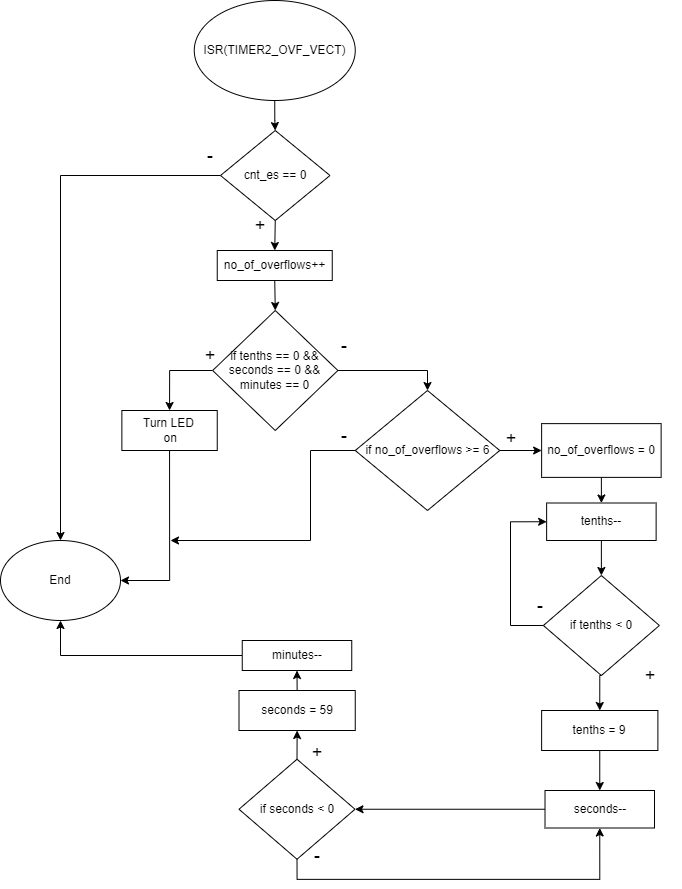
This is project1/timer.drawio.png from OndraFoltyn/digital-electronics-2, a draw.io export, as it was before one commit. Source tidied: cells renumbered, new cells last; positions are measured from the earlier drawing's top-left corner, leaving out a move shared by most shapes.
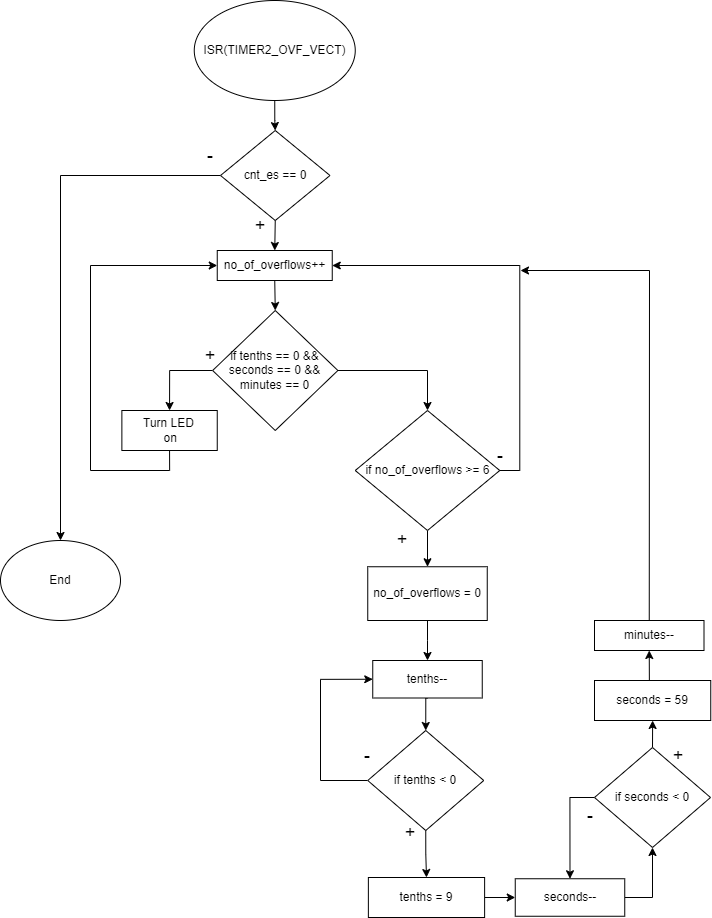
Above is the later version.

Change to the diagram source:
```diff
@@ -23,20 +23,14 @@
     <mxCell id="8" value="no_of_overflows++" style="whiteSpace=wrap;html=1;" parent="1" vertex="1">
       <mxGeometry x="216.8" y="250" width="115" height="30" as="geometry" />
     </mxCell>
-    <mxCell id="9" style="edgeStyle=orthogonalEdgeStyle;rounded=0;jettySize=auto;html=1;exitX=0;exitY=0.5;exitDx=0;exitDy=0;" parent="1" edge="1" source="11">
-      <mxGeometry relative="1" as="geometry">
-        <mxPoint x="170" y="540" as="targetPoint" />
-        <Array as="points">
-          <mxPoint x="310" y="450" />
-          <mxPoint x="310" y="540" />
-        </Array>
-      </mxGeometry>
-    </mxCell>
-    <mxCell id="10" style="edgeStyle=orthogonalEdgeStyle;rounded=0;jettySize=auto;html=1;exitX=1;exitY=0.5;exitDx=0;exitDy=0;entryX=0;entryY=0.5;entryDx=0;entryDy=0;" parent="1" edge="1" source="11" target="18">
+    <mxCell id="10" style="edgeStyle=orthogonalEdgeStyle;rounded=0;jettySize=auto;html=1;exitX=0.5;exitY=1;exitDx=0;exitDy=0;entryX=0.5;entryY=0;entryDx=0;entryDy=0;" parent="1" edge="1" source="11" target="18">
       <mxGeometry relative="1" as="geometry" />
     </mxCell>
+    <mxCell id="46" style="edgeStyle=orthogonalEdgeStyle;rounded=0;jettySize=auto;html=1;exitX=1;exitY=0.5;exitDx=0;exitDy=0;entryX=1;entryY=0.5;entryDx=0;entryDy=0;" parent="1" edge="1" source="11" target="8">
+      <mxGeometry relative="1" as="geometry" />
+    </mxCell>
     <mxCell id="11" value="if no_of_overflows &amp;gt;= 6" style="rhombus;whiteSpace=wrap;html=1;" parent="1" vertex="1">
-      <mxGeometry x="354.8" y="390" width="144.5" height="120" as="geometry" />
+      <mxGeometry x="354.8" y="410" width="144.5" height="120" as="geometry" />
     </mxCell>
     <mxCell id="12" value="End" style="ellipse;whiteSpace=wrap;html=1;" parent="1" vertex="1">
       <mxGeometry y="540" width="120" height="80" as="geometry" />
@@ -44,26 +38,23 @@
     <mxCell id="13" value="&lt;font style=&quot;font-size: 18px;&quot;&gt;-&lt;/font&gt;" style="text;html=1;strokeColor=none;fillColor=none;align=center;verticalAlign=middle;whiteSpace=wrap;rounded=0;" parent="1" vertex="1">
       <mxGeometry x="180" y="140" width="60" height="30" as="geometry" />
     </mxCell>
-    <mxCell id="14" value="&lt;font style=&quot;font-size: 18px;&quot;&gt;-&lt;/font&gt;" style="text;html=1;strokeColor=none;fillColor=none;align=center;verticalAlign=middle;whiteSpace=wrap;rounded=0;" parent="1" vertex="1">
-      <mxGeometry x="314" y="420" width="60" height="30" as="geometry" />
-    </mxCell>
     <mxCell id="15" value="&lt;font style=&quot;font-size: 18px;&quot;&gt;+&lt;/font&gt;" style="text;html=1;strokeColor=none;fillColor=none;align=center;verticalAlign=middle;whiteSpace=wrap;rounded=0;" parent="1" vertex="1">
       <mxGeometry x="230" y="210" width="60" height="30" as="geometry" />
     </mxCell>
     <mxCell id="16" value="&lt;font style=&quot;font-size: 18px;&quot;&gt;+&lt;/font&gt;" style="text;html=1;strokeColor=none;fillColor=none;align=center;verticalAlign=middle;whiteSpace=wrap;rounded=0;" parent="1" vertex="1">
-      <mxGeometry x="481.1" y="423.1" width="60" height="30" as="geometry" />
+      <mxGeometry x="372.2" y="524" width="60" height="30" as="geometry" />
     </mxCell>
     <mxCell id="17" style="edgeStyle=orthogonalEdgeStyle;rounded=0;jettySize=auto;html=1;exitX=0.5;exitY=1;exitDx=0;exitDy=0;entryX=0.5;entryY=0;entryDx=0;entryDy=0;" parent="1" edge="1" source="18" target="20">
       <mxGeometry relative="1" as="geometry" />
     </mxCell>
     <mxCell id="18" value="no_of_overflows = 0" style="whiteSpace=wrap;html=1;" parent="1" vertex="1">
-      <mxGeometry x="541.1" y="423.1" width="119.5" height="53.8" as="geometry" />
+      <mxGeometry x="367.2" y="566.2" width="119.5" height="53.8" as="geometry" />
     </mxCell>
     <mxCell id="19" style="edgeStyle=orthogonalEdgeStyle;rounded=0;jettySize=auto;html=1;exitX=0.5;exitY=1;exitDx=0;exitDy=0;entryX=0.5;entryY=0;entryDx=0;entryDy=0;" parent="1" edge="1" source="20" target="23">
       <mxGeometry relative="1" as="geometry" />
     </mxCell>
     <mxCell id="20" value="tenths--" style="whiteSpace=wrap;html=1;" parent="1" vertex="1">
-      <mxGeometry x="546.1" y="502.5" width="109.5" height="37.5" as="geometry" />
+      <mxGeometry x="372.2" y="660" width="109.5" height="37.5" as="geometry" />
     </mxCell>
     <mxCell id="21" style="edgeStyle=orthogonalEdgeStyle;rounded=0;jettySize=auto;html=1;exitX=0.5;exitY=1;exitDx=0;exitDy=0;entryX=0.5;entryY=0;entryDx=0;entryDy=0;" parent="1" edge="1" source="23" target="26">
       <mxGeometry relative="1" as="geometry" />
@@ -71,58 +62,55 @@
     <mxCell id="22" style="edgeStyle=orthogonalEdgeStyle;rounded=0;jettySize=auto;html=1;exitX=0;exitY=0.5;exitDx=0;exitDy=0;entryX=0;entryY=0.5;entryDx=0;entryDy=0;" parent="1" edge="1" source="23" target="20">
       <mxGeometry relative="1" as="geometry">
         <Array as="points">
-          <mxPoint x="510" y="625" />
-          <mxPoint x="510" y="521" />
+          <mxPoint x="320" y="780" />
+          <mxPoint x="320" y="679" />
         </Array>
       </mxGeometry>
     </mxCell>
     <mxCell id="23" value="if tenths &amp;lt; 0" style="rhombus;whiteSpace=wrap;html=1;rounded=0;" parent="1" vertex="1">
-      <mxGeometry x="542.9" y="575" width="116" height="100" as="geometry" />
+      <mxGeometry x="367.2" y="730" width="116" height="100" as="geometry" />
     </mxCell>
     <mxCell id="24" value="&lt;font style=&quot;font-size: 18px;&quot;&gt;-&lt;/font&gt;" style="text;html=1;strokeColor=none;fillColor=none;align=center;verticalAlign=middle;whiteSpace=wrap;rounded=0;" parent="1" vertex="1">
-      <mxGeometry x="510" y="590" width="60" height="30" as="geometry" />
+      <mxGeometry x="337.4" y="740" width="60" height="30" as="geometry" />
     </mxCell>
-    <mxCell id="25" style="edgeStyle=orthogonalEdgeStyle;rounded=0;jettySize=auto;html=1;exitX=0.5;exitY=1;exitDx=0;exitDy=0;entryX=0.5;entryY=0;entryDx=0;entryDy=0;" parent="1" edge="1" source="26" target="28">
+    <mxCell id="25" style="edgeStyle=orthogonalEdgeStyle;rounded=0;jettySize=auto;html=1;exitX=1;exitY=0.5;exitDx=0;exitDy=0;entryX=0;entryY=0.5;entryDx=0;entryDy=0;" parent="1" edge="1" source="26" target="28">
       <mxGeometry relative="1" as="geometry" />
     </mxCell>
     <mxCell id="26" value="tenths = 9" style="whiteSpace=wrap;html=1;rounded=0;" parent="1" vertex="1">
-      <mxGeometry x="541.1" y="710" width="116.2" height="40" as="geometry" />
+      <mxGeometry x="367.9" y="877" width="116.2" height="40" as="geometry" />
     </mxCell>
-    <mxCell id="27" style="edgeStyle=orthogonalEdgeStyle;rounded=0;jettySize=auto;html=1;exitX=0;exitY=0.5;exitDx=0;exitDy=0;entryX=1;entryY=0.5;entryDx=0;entryDy=0;" parent="1" edge="1" source="28" target="31">
+    <mxCell id="27" style="edgeStyle=orthogonalEdgeStyle;rounded=0;jettySize=auto;html=1;exitX=1;exitY=0.5;exitDx=0;exitDy=0;entryX=0.5;entryY=1;entryDx=0;entryDy=0;" parent="1" edge="1" source="28" target="31">
       <mxGeometry relative="1" as="geometry" />
     </mxCell>
     <mxCell id="28" value="seconds--" style="whiteSpace=wrap;html=1;" parent="1" vertex="1">
-      <mxGeometry x="544.5" y="790" width="109.5" height="37.5" as="geometry" />
+      <mxGeometry x="514.8" y="878.2" width="109.5" height="37.5" as="geometry" />
     </mxCell>
+    <mxCell id="30" style="edgeStyle=orthogonalEdgeStyle;rounded=0;jettySize=auto;html=1;exitX=0;exitY=0.5;exitDx=0;exitDy=0;entryX=0.5;entryY=0;entryDx=0;entryDy=0;" parent="1" edge="1" source="31" target="28">
+      <mxGeometry relative="1" as="geometry" />
+    </mxCell>
     <mxCell id="29" style="edgeStyle=orthogonalEdgeStyle;rounded=0;jettySize=auto;html=1;exitX=0.5;exitY=0;exitDx=0;exitDy=0;entryX=0.5;entryY=1;entryDx=0;entryDy=0;" parent="1" edge="1" source="31" target="33">
       <mxGeometry relative="1" as="geometry" />
     </mxCell>
-    <mxCell id="30" style="edgeStyle=orthogonalEdgeStyle;rounded=0;jettySize=auto;html=1;exitX=0.5;exitY=1;exitDx=0;exitDy=0;entryX=0.5;entryY=1;entryDx=0;entryDy=0;" parent="1" edge="1" source="31" target="28">
-      <mxGeometry relative="1" as="geometry" />
-    </mxCell>
     <mxCell id="31" value="if seconds &amp;lt; 0" style="rhombus;whiteSpace=wrap;html=1;rounded=0;" parent="1" vertex="1">
-      <mxGeometry x="238.5" y="758.8" width="116" height="100" as="geometry" />
+      <mxGeometry x="594" y="747" width="116" height="100" as="geometry" />
     </mxCell>
     <mxCell id="32" style="edgeStyle=orthogonalEdgeStyle;rounded=0;jettySize=auto;html=1;exitX=0.5;exitY=0;exitDx=0;exitDy=0;entryX=0.5;entryY=1;entryDx=0;entryDy=0;" parent="1" edge="1" source="33" target="35">
       <mxGeometry relative="1" as="geometry" />
     </mxCell>
     <mxCell id="33" value="seconds = 59" style="whiteSpace=wrap;html=1;rounded=0;" parent="1" vertex="1">
-      <mxGeometry x="238.5" y="690" width="116.2" height="40" as="geometry" />
+      <mxGeometry x="594" y="680" width="116.2" height="40" as="geometry" />
     </mxCell>
-    <mxCell id="34" style="edgeStyle=orthogonalEdgeStyle;rounded=0;jettySize=auto;html=1;exitX=0;exitY=0.5;exitDx=0;exitDy=0;entryX=0.5;entryY=1;entryDx=0;entryDy=0;" parent="1" edge="1" source="35" target="12">
-      <mxGeometry relative="1" as="geometry" />
-    </mxCell>
     <mxCell id="35" value="minutes--" style="whiteSpace=wrap;html=1;" parent="1" vertex="1">
-      <mxGeometry x="241.8" y="640" width="109.5" height="30" as="geometry" />
+      <mxGeometry x="594" y="620" width="109.5" height="30" as="geometry" />
     </mxCell>
     <mxCell id="36" value="&lt;font style=&quot;font-size: 18px;&quot;&gt;-&lt;/font&gt;" style="text;html=1;strokeColor=none;fillColor=none;align=center;verticalAlign=middle;whiteSpace=wrap;rounded=0;" parent="1" vertex="1">
-      <mxGeometry x="287.2" y="840" width="60" height="30" as="geometry" />
+      <mxGeometry x="560" y="800" width="60" height="30" as="geometry" />
     </mxCell>
     <mxCell id="37" value="&lt;font style=&quot;font-size: 18px;&quot;&gt;+&lt;/font&gt;" style="text;html=1;strokeColor=none;fillColor=none;align=center;verticalAlign=middle;whiteSpace=wrap;rounded=0;" parent="1" vertex="1">
-      <mxGeometry x="620" y="660" width="60" height="30" as="geometry" />
+      <mxGeometry x="380" y="817" width="60" height="30" as="geometry" />
     </mxCell>
     <mxCell id="38" value="&lt;font style=&quot;font-size: 18px;&quot;&gt;+&lt;/font&gt;" style="text;html=1;strokeColor=none;fillColor=none;align=center;verticalAlign=middle;whiteSpace=wrap;rounded=0;" parent="1" vertex="1">
-      <mxGeometry x="285.2" y="737" width="64" height="30" as="geometry" />
+      <mxGeometry x="646.2" y="740" width="64" height="30" as="geometry" />
     </mxCell>
     <mxCell id="39" style="edgeStyle=orthogonalEdgeStyle;rounded=0;jettySize=auto;html=1;exitX=0;exitY=0.5;exitDx=0;exitDy=0;entryX=0.5;entryY=0;entryDx=0;entryDy=0;" parent="1" edge="1" source="41" target="43">
       <mxGeometry relative="1" as="geometry" />
@@ -133,9 +121,15 @@
     <mxCell id="41" value="if tenths == 0 &amp;amp;&amp;amp; seconds == 0 &amp;amp;&amp;amp; minutes == 0" style="rhombus;whiteSpace=wrap;html=1;" parent="1" vertex="1">
       <mxGeometry x="212.1" y="310" width="125.2" height="120" as="geometry" />
     </mxCell>
-    <mxCell id="42" style="edgeStyle=orthogonalEdgeStyle;rounded=0;jettySize=auto;html=1;exitX=0.5;exitY=1;exitDx=0;exitDy=0;entryX=1;entryY=0.5;entryDx=0;entryDy=0;" parent="1" edge="1" source="43" target="12">
-      <mxGeometry relative="1" as="geometry" />
-    </mxCell>
+    <mxCell id="47" style="edgeStyle=orthogonalEdgeStyle;rounded=0;jettySize=auto;html=1;exitX=0.5;exitY=1;exitDx=0;exitDy=0;entryX=0;entryY=0.5;entryDx=0;entryDy=0;" parent="1" edge="1" source="43" target="8">
+      <mxGeometry relative="1" as="geometry">
+        <Array as="points">
+          <mxPoint x="169" y="470" />
+          <mxPoint x="90" y="470" />
+          <mxPoint x="90" y="265" />
+        </Array>
+      </mxGeometry>
+    </mxCell>
     <mxCell id="43" value="Turn LED&lt;br&gt;&amp;nbsp;on" style="rounded=0;whiteSpace=wrap;html=1;" parent="1" vertex="1">
       <mxGeometry x="121.4" y="410" width="95.4" height="40" as="geometry" />
     </mxCell>
@@ -143,7 +137,15 @@
       <mxGeometry x="180" y="340" width="60" height="30" as="geometry" />
     </mxCell>
     <mxCell id="45" value="&lt;font style=&quot;font-size: 18px;&quot;&gt;-&lt;/font&gt;" style="text;html=1;strokeColor=none;fillColor=none;align=center;verticalAlign=middle;whiteSpace=wrap;rounded=0;" parent="1" vertex="1">
-      <mxGeometry x="314" y="330" width="60" height="30" as="geometry" />
+      <mxGeometry x="470" y="440" width="60" height="30" as="geometry" />
     </mxCell>
+    <mxCell id="48" style="endArrow=classic;html=1;rounded=0;exitX=0.5;exitY=0;exitDx=0;exitDy=0;" parent="1" edge="1" source="35">
+      <mxGeometry relative="1" as="geometry">
+        <mxPoint x="520" y="270" as="targetPoint" />
+        <Array as="points">
+          <mxPoint x="649" y="270" />
+        </Array>
+      </mxGeometry>
+    </mxCell>
   </root>
 </mxGraphModel>
```
